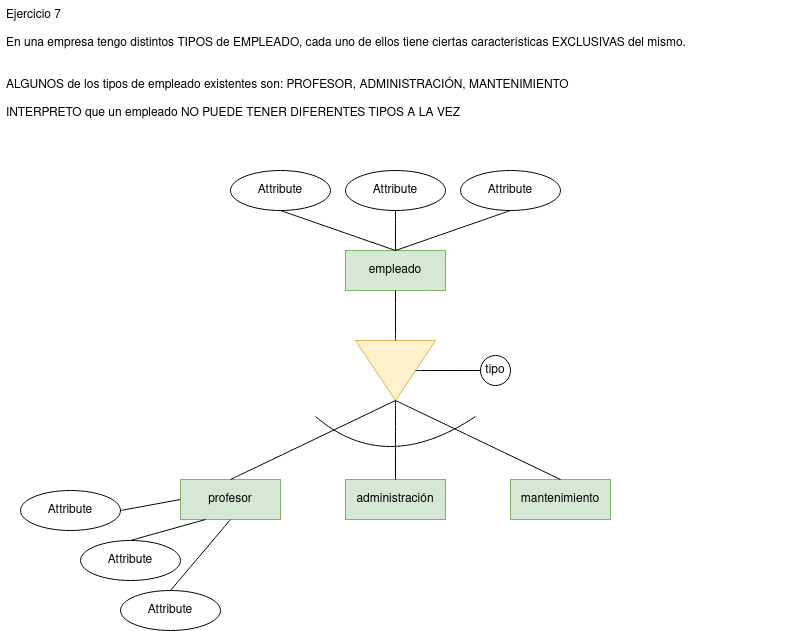
The draw.io diagram ejercicio7.drawio.png in javigh193/bae, before a commit. Source tidied: cells renumbered, new cells last; positions are measured from the earlier drawing's top-left corner, leaving out a move shared by most shapes.
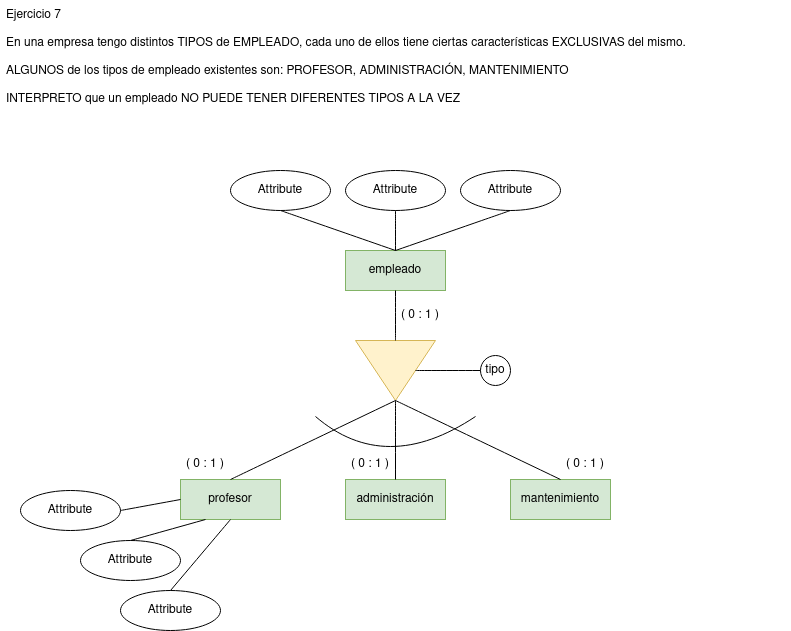
The same diagram one commit later.

The edit, as a diff of the source:
```diff
@@ -2,7 +2,7 @@
   <root>
     <mxCell id="0" />
     <mxCell id="1" parent="0" />
-    <mxCell id="2" value="Ejercicio 7&#10;&#10;En una empresa tengo distintos TIPOS de EMPLEADO, cada uno de ellos tiene ciertas características EXCLUSIVAS del mismo. &#10;&#10;&#10;ALGUNOS de los tipos de empleado existentes son: PROFESOR, ADMINISTRACIÓN, MANTENIMIENTO&#10;&#10;INTERPRETO que un empleado NO PUEDE TENER DIFERENTES TIPOS A LA VEZ&#10;&#10; &#10;" style="text;strokeColor=none;fillColor=none;spacingLeft=4;spacingRight=4;overflow=hidden;fontSize=12;" parent="1" vertex="1">
+    <mxCell id="2" value="Ejercicio 7&#10;&#10;En una empresa tengo distintos TIPOS de EMPLEADO, cada uno de ellos tiene ciertas características EXCLUSIVAS del mismo. &#10;&#10;ALGUNOS de los tipos de empleado existentes son: PROFESOR, ADMINISTRACIÓN, MANTENIMIENTO&#10;&#10;INTERPRETO que un empleado NO PUEDE TENER DIFERENTES TIPOS A LA VEZ&#10;&#10; &#10;" style="text;strokeColor=none;fillColor=none;spacingLeft=4;spacingRight=4;overflow=hidden;fontSize=12;" parent="1" vertex="1">
       <mxGeometry width="790" height="140" as="geometry" />
     </mxCell>
     <mxCell id="3" value="empleado" style="whiteSpace=wrap;html=1;align=center;fillColor=#d5e8d4;strokeColor=#82b366;" parent="1" vertex="1">
@@ -85,5 +85,17 @@
     <mxCell id="26" style="endArrow=none;html=1;rounded=0;curved=1;exitX=0.5;exitY=1;exitDx=0;exitDy=0;entryX=0.5;entryY=0;entryDx=0;entryDy=0;" parent="1" edge="1" source="4" target="19">
       <mxGeometry relative="1" as="geometry" />
     </mxCell>
+    <mxCell id="27" value="( 0 : 1 )" style="text;strokeColor=none;fillColor=none;spacingLeft=4;spacingRight=4;overflow=hidden;fontSize=12;" parent="1" vertex="1">
+      <mxGeometry x="395" y="300" width="50" height="30" as="geometry" />
+    </mxCell>
+    <mxCell id="28" value="( 0 : 1 )" style="text;strokeColor=none;fillColor=none;spacingLeft=4;spacingRight=4;overflow=hidden;fontSize=12;" parent="1" vertex="1">
+      <mxGeometry x="560" y="449" width="50" height="30" as="geometry" />
+    </mxCell>
+    <mxCell id="29" value="( 0 : 1 )" style="text;strokeColor=none;fillColor=none;spacingLeft=4;spacingRight=4;overflow=hidden;fontSize=12;" parent="1" vertex="1">
+      <mxGeometry x="345" y="449" width="50" height="30" as="geometry" />
+    </mxCell>
+    <mxCell id="30" value="( 0 : 1 )" style="text;strokeColor=none;fillColor=none;spacingLeft=4;spacingRight=4;overflow=hidden;fontSize=12;" parent="1" vertex="1">
+      <mxGeometry x="180" y="449" width="50" height="30" as="geometry" />
+    </mxCell>
   </root>
 </mxGraphModel>
```
